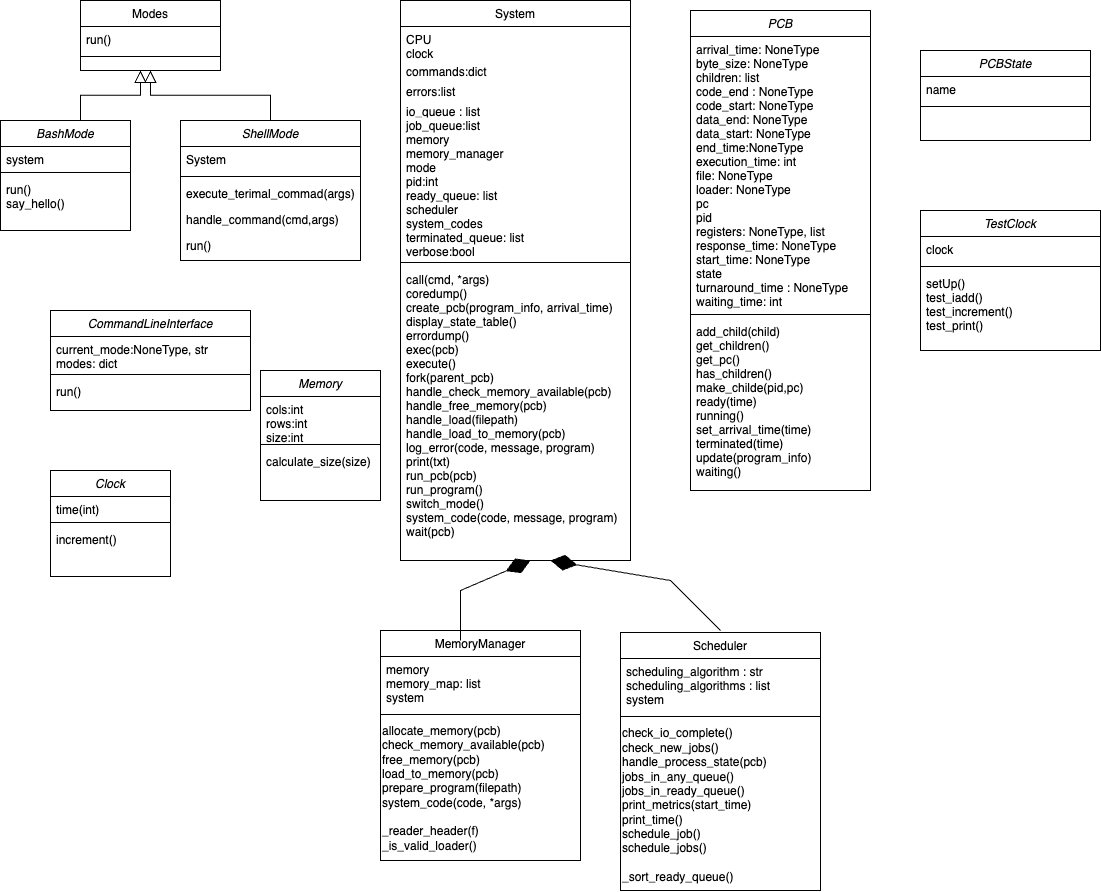
Before: directions/M3_class_diagram.drawio.png, a diagram exported from draw.io (Luly7/new-repo). Source tidied: cells renumbered, new cells last; positions are measured from the earlier drawing's top-left corner, leaving out a move shared by most shapes.
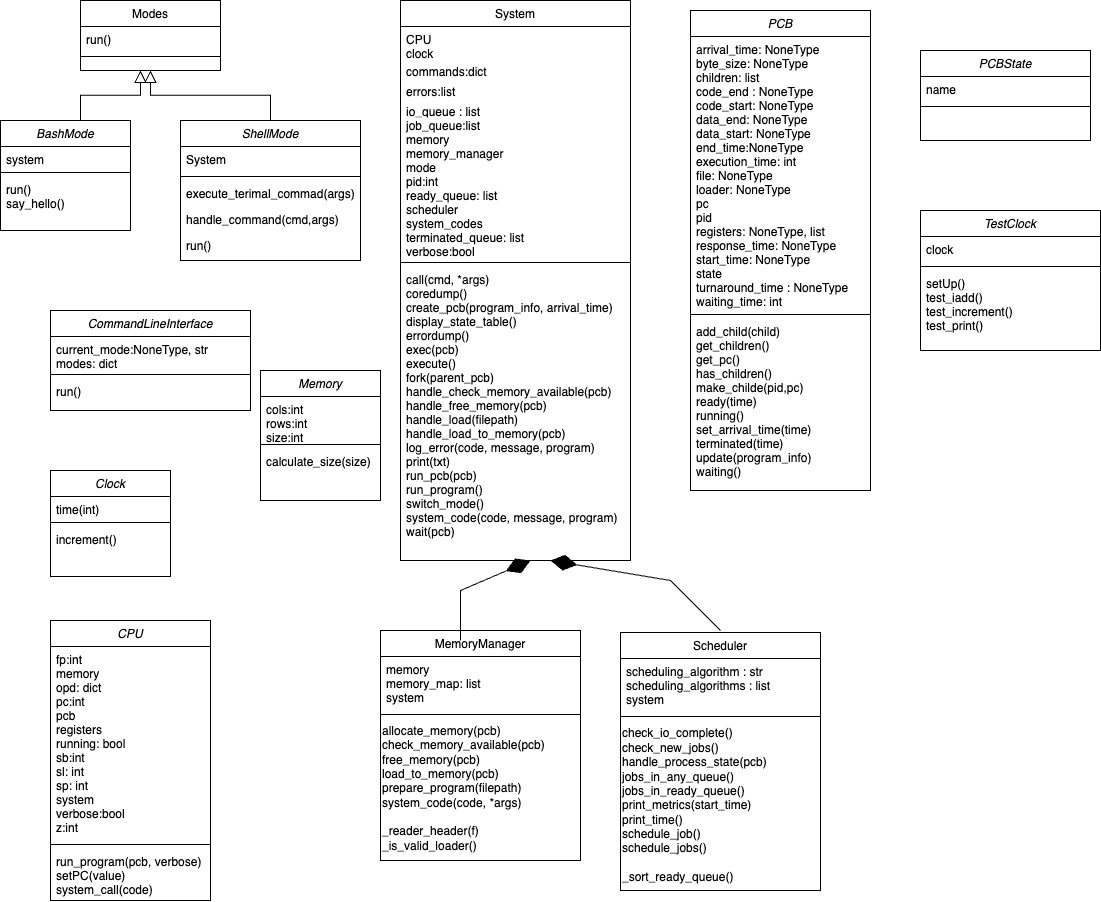
The same diagram one commit later.

Diff of the diagram source:
```diff
@@ -188,5 +188,17 @@
     <mxCell id="58" value="increment()" style="text;align=left;verticalAlign=top;spacingLeft=4;spacingRight=4;overflow=hidden;" parent="55" vertex="1">
       <mxGeometry y="56" width="120" height="50" as="geometry" />
     </mxCell>
+    <mxCell id="59" value="CPU" style="swimlane;fontStyle=2;align=center;verticalAlign=top;horizontal=1;startSize=26;rounded=0;shadow=0;strokeWidth=1;" parent="1" vertex="1">
+      <mxGeometry x="50" y="620" width="160" height="280" as="geometry" />
+    </mxCell>
+    <mxCell id="60" value="fp:int&#10;memory&#10;opd: dict&#10;pc:int&#10;pcb&#10;registers&#10;running: bool&#10;sb:int&#10;sl: int&#10;sp: int&#10;system&#10;verbose:bool&#10;z:int" style="text;align=left;verticalAlign=top;spacingLeft=4;spacingRight=4;overflow=hidden;" parent="59" vertex="1">
+      <mxGeometry y="26" width="160" height="194" as="geometry" />
+    </mxCell>
+    <mxCell id="61" style="line;html=1;strokeWidth=1;align=left;verticalAlign=middle;spacingTop=-1;spacingLeft=3;spacingRight=3;labelPosition=right;" parent="59" vertex="1">
+      <mxGeometry y="220" width="160" height="8" as="geometry" />
+    </mxCell>
+    <mxCell id="62" value="run_program(pcb, verbose)&#10;setPC(value)&#10;system_call(code)" style="text;align=left;verticalAlign=top;spacingLeft=4;spacingRight=4;overflow=hidden;" parent="59" vertex="1">
+      <mxGeometry y="228" width="160" height="50" as="geometry" />
+    </mxCell>
   </root>
 </mxGraphModel>
```
